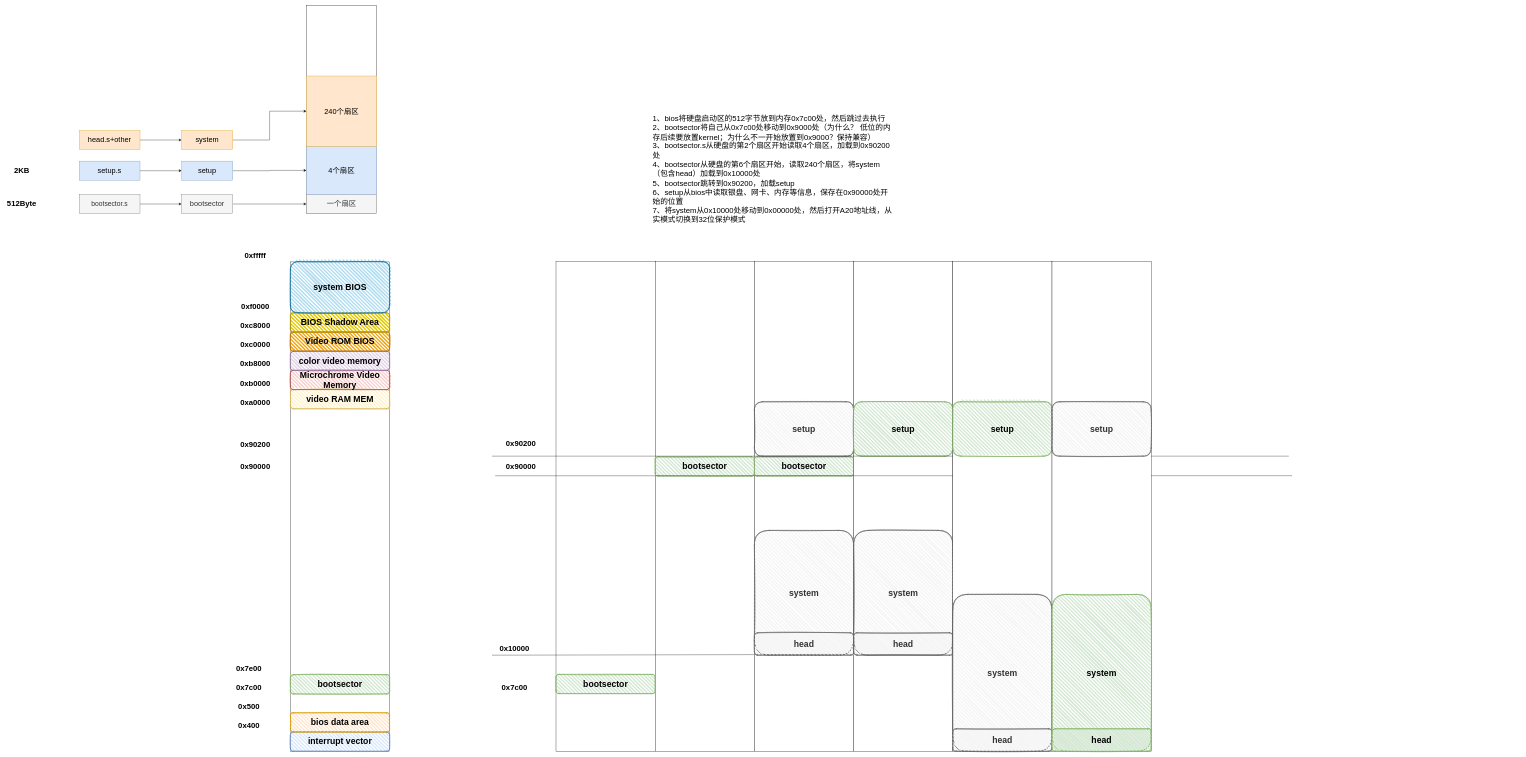
The draw.io diagram page "linux-0.11" (2 of 3) of grub源码阅读.drawio in wbzzx-bb/wb-linux, before the edit. Source tidied: cells renumbered, new cells numbered last; positions are measured from the earlier drawing's top-left corner, leaving out a move shared by most shapes. Both pictures are drawn from the tidied source at 32%, with x=0, y=0 at pixel (5, 5).
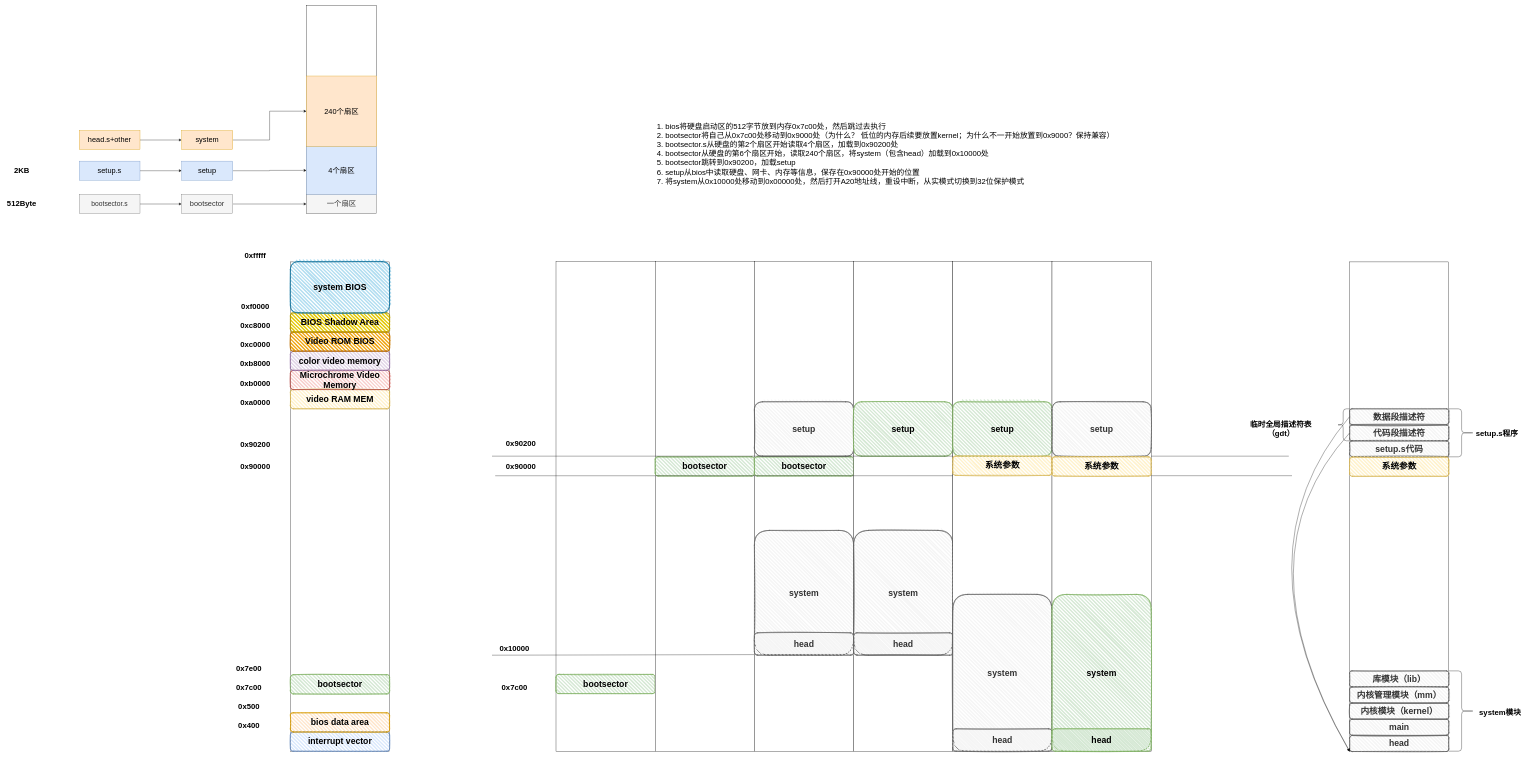
The same diagram, later.

Commit message:
更新grub源码阅读.drawio

The edit, as a diff of the source:
```diff
@@
+    <mxCell id="72" style="rounded=0;whiteSpace=wrap;html=1;" parent="1" vertex="1">
+      <mxGeometry x="4200" y="801" width="310" height="1530" as="geometry" />
+    </mxCell>
@@
-    <mxCell id="8" value="1、bios将硬盘启动区的512字节放到内存0x7c00处，然后跳过去执行&lt;div&gt;&lt;span style=&quot;text-wrap-mode: wrap;&quot;&gt;2、bootsector将自己从0x7c00处移动到0x9000处（为什么？ 低位的内存后续要放置kernel；为什么不一开始放置到0x9000？保持兼容&lt;/span&gt;&lt;span style=&quot;color: light-dark(rgb(0, 0, 0), rgb(255, 255, 255)); text-wrap-mode: wrap; background-color: transparent;&quot;&gt;）&lt;/span&gt;&lt;/div&gt;&lt;div&gt;&lt;span style=&quot;text-wrap-mode: wrap;&quot;&gt;3、bootsector.s从硬盘的第2个扇区开始读取4个扇区，加载到0x90200处&lt;/span&gt;&lt;span style=&quot;color: light-dark(rgb(0, 0, 0), rgb(255, 255, 255)); text-wrap-mode: wrap; background-color: transparent;&quot;&gt;&lt;/span&gt;&lt;/div&gt;&lt;div&gt;4、bootsector从硬盘的第6个扇区开始，读取240个扇区，将system（包含head）加载到0x10000处&lt;span style=&quot;text-wrap-mode: wrap;&quot;&gt;&lt;/span&gt;&lt;/div&gt;&lt;div&gt;5、bootsector跳转到0x90200，加载setup&lt;/div&gt;&lt;div&gt;6、setup从bios中读取银盘、网卡、内存等信息，保存在0x90000处开始的位置&lt;/div&gt;&lt;div&gt;7、将system从0x10000处移动到0x00000处，然后打开A20地址线，从实模式切换到32位保护模式&lt;/div&gt;" style="text;strokeColor=none;fillColor=none;html=1;fontSize=24;fontStyle=0;verticalAlign=top;align=left;whiteSpace=wrap;spacingTop=2;spacingBottom=2;" parent="1" vertex="1">
-      <mxGeometry x="2020" y="330" width="760" height="390" as="geometry" />
+    <mxCell id="8" value="&lt;ol&gt;&lt;li&gt;bios将硬盘启动区的512字节放到内存0x7c00处，然后跳过去执行&lt;/li&gt;&lt;li&gt;&lt;span style=&quot;text-wrap-mode: wrap;&quot;&gt;bootsector将自己从0x7c00处移动到0x9000处（为什么？ 低位的内存后续要放置kernel；为什么不一开始放置到0x9000？保持兼容&lt;/span&gt;&lt;span style=&quot;color: light-dark(rgb(0, 0, 0), rgb(255, 255, 255)); text-wrap-mode: wrap; background-color: transparent;&quot;&gt;）&lt;/span&gt;&lt;/li&gt;&lt;li&gt;&lt;span style=&quot;text-wrap-mode: wrap;&quot;&gt;bootsector.s从硬盘的第2个扇区开始读取4个扇区，加载到0x90200处&lt;/span&gt;&lt;/li&gt;&lt;li&gt;bootsector从硬盘的第6个扇区开始，读取240个扇区，将system（包含head）加载到0x10000处&lt;/li&gt;&lt;li&gt;bootsector跳转到0x90200，加载setup&lt;/li&gt;&lt;li&gt;setup从bios中读取硬盘、网卡、内存等信息，保存在0x90000处开始的位置&lt;/li&gt;&lt;li&gt;将system从0x10000处移动到0x00000处，然后打开A20地址线，重设中断，从实模式切换到32位保护模式&lt;/li&gt;&lt;/ol&gt;" style="text;strokeColor=none;fillColor=none;html=1;fontSize=24;fontStyle=0;verticalAlign=top;align=left;whiteSpace=wrap;spacingTop=2;spacingBottom=2;" parent="1" vertex="1">
+      <mxGeometry x="2020" y="330" width="1840" height="390" as="geometry" />
     </mxCell>
@@
+    <mxCell id="73" value="&lt;span style=&quot;font-size: 27px;&quot;&gt;&lt;b&gt;系统参数&lt;/b&gt;&lt;/span&gt;" style="rounded=1;whiteSpace=wrap;html=1;strokeWidth=2;fillWeight=4;hachureGap=8;hachureAngle=45;fillColor=#fff2cc;sketch=1;strokeColor=#d6b656;" parent="1" vertex="1">
+      <mxGeometry x="2960" y="1408" width="310" height="60" as="geometry" />
+    </mxCell>
+    <mxCell id="74" value="&lt;span style=&quot;font-size: 27px;&quot;&gt;&lt;b&gt;系统参数&lt;/b&gt;&lt;/span&gt;" style="rounded=1;whiteSpace=wrap;html=1;strokeWidth=2;fillWeight=4;hachureGap=8;hachureAngle=45;fillColor=#fff2cc;sketch=1;strokeColor=#d6b656;" parent="1" vertex="1">
+      <mxGeometry x="3270" y="1410" width="310" height="60" as="geometry" />
+    </mxCell>
+    <mxCell id="75" value="&lt;b&gt;&lt;font style=&quot;font-size: 27px;&quot;&gt;head&lt;/font&gt;&lt;/b&gt;" style="rounded=1;whiteSpace=wrap;html=1;strokeWidth=2;fillWeight=4;hachureGap=8;hachureAngle=45;fillColor=#f5f5f5;sketch=1;strokeColor=#666666;fontColor=#333333;" parent="1" vertex="1">
+      <mxGeometry x="4200" y="2281" width="310" height="50" as="geometry" />
+    </mxCell>
+    <mxCell id="76" value="&lt;b&gt;&lt;font style=&quot;font-size: 27px;&quot;&gt;main&lt;/font&gt;&lt;/b&gt;" style="rounded=1;whiteSpace=wrap;html=1;strokeWidth=2;fillWeight=4;hachureGap=8;hachureAngle=45;fillColor=#f5f5f5;sketch=1;strokeColor=#666666;fontColor=#333333;" parent="1" vertex="1">
+      <mxGeometry x="4200" y="2230" width="310" height="50" as="geometry" />
+    </mxCell>
+    <mxCell id="77" value="&lt;b&gt;&lt;font style=&quot;font-size: 27px;&quot;&gt;内核模块（kernel）&lt;/font&gt;&lt;/b&gt;" style="rounded=1;whiteSpace=wrap;html=1;strokeWidth=2;fillWeight=4;hachureGap=8;hachureAngle=45;fillColor=#f5f5f5;sketch=1;strokeColor=#666666;fontColor=#333333;" parent="1" vertex="1">
+      <mxGeometry x="4200" y="2180" width="310" height="50" as="geometry" />
+    </mxCell>
+    <mxCell id="78" value="&lt;b&gt;&lt;font style=&quot;font-size: 27px;&quot;&gt;内核管理模块（mm）&lt;/font&gt;&lt;/b&gt;" style="rounded=1;whiteSpace=wrap;html=1;strokeWidth=2;fillWeight=4;hachureGap=8;hachureAngle=45;fillColor=#f5f5f5;sketch=1;strokeColor=#666666;fontColor=#333333;" parent="1" vertex="1">
+      <mxGeometry x="4200" y="2129" width="310" height="50" as="geometry" />
+    </mxCell>
+    <mxCell id="79" value="&lt;b&gt;&lt;font style=&quot;font-size: 27px;&quot;&gt;库模块（lib）&lt;/font&gt;&lt;/b&gt;" style="rounded=1;whiteSpace=wrap;html=1;strokeWidth=2;fillWeight=4;hachureGap=8;hachureAngle=45;fillColor=#f5f5f5;sketch=1;strokeColor=#666666;fontColor=#333333;" parent="1" vertex="1">
+      <mxGeometry x="4200" y="2079" width="310" height="50" as="geometry" />
+    </mxCell>
+    <mxCell id="80" value="&lt;b&gt;&lt;font style=&quot;font-size: 27px;&quot;&gt;setup.s代码&lt;/font&gt;&lt;/b&gt;" style="rounded=1;whiteSpace=wrap;html=1;strokeWidth=2;fillWeight=4;hachureGap=8;hachureAngle=45;fillColor=#f5f5f5;sketch=1;strokeColor=#666666;fontColor=#333333;" parent="1" vertex="1">
+      <mxGeometry x="4200" y="1360" width="310" height="49" as="geometry" />
+    </mxCell>
+    <mxCell id="81" value="&lt;span style=&quot;font-size: 27px;&quot;&gt;&lt;b&gt;系统参数&lt;/b&gt;&lt;/span&gt;" style="rounded=1;whiteSpace=wrap;html=1;strokeWidth=2;fillWeight=4;hachureGap=8;hachureAngle=45;fillColor=#fff2cc;sketch=1;strokeColor=#d6b656;" parent="1" vertex="1">
+      <mxGeometry x="4200" y="1411" width="310" height="60" as="geometry" />
+    </mxCell>
+    <mxCell id="82" style="shape=curlyBracket;whiteSpace=wrap;html=1;rounded=1;flipH=1;labelPosition=right;verticalLabelPosition=middle;align=left;verticalAlign=middle;" parent="1" vertex="1">
+      <mxGeometry x="4510" y="2079" width="80" height="251" as="geometry" />
+    </mxCell>
+    <mxCell id="83" value="system模块" style="text;strokeColor=none;fillColor=none;html=1;fontSize=24;fontStyle=1;verticalAlign=middle;align=center;" parent="1" vertex="1">
+      <mxGeometry x="4620" y="2190" width="100" height="40" as="geometry" />
+    </mxCell>
+    <mxCell id="84" value="&lt;b&gt;&lt;font style=&quot;font-size: 27px;&quot;&gt;代码段描述符&lt;/font&gt;&lt;/b&gt;" style="rounded=1;whiteSpace=wrap;html=1;strokeWidth=2;fillWeight=4;hachureGap=8;hachureAngle=45;fillColor=#f5f5f5;sketch=1;strokeColor=#666666;fontColor=#333333;" parent="1" vertex="1">
+      <mxGeometry x="4200" y="1311" width="310" height="49" as="geometry" />
+    </mxCell>
+    <mxCell id="85" value="&lt;b&gt;&lt;font style=&quot;font-size: 27px;&quot;&gt;数据段描述符&lt;/font&gt;&lt;/b&gt;" style="rounded=1;whiteSpace=wrap;html=1;strokeWidth=2;fillWeight=4;hachureGap=8;hachureAngle=45;fillColor=#f5f5f5;sketch=1;strokeColor=#666666;fontColor=#333333;" parent="1" vertex="1">
+      <mxGeometry x="4200" y="1260" width="310" height="49" as="geometry" />
+    </mxCell>
+    <mxCell id="86" style="shape=curlyBracket;whiteSpace=wrap;html=1;rounded=1;flipH=1;labelPosition=right;verticalLabelPosition=middle;align=left;verticalAlign=middle;" parent="1" vertex="1">
+      <mxGeometry x="4510" y="1260" width="80" height="150" as="geometry" />
+    </mxCell>
+    <mxCell id="87" value="setup.s程序" style="text;strokeColor=none;fillColor=none;html=1;fontSize=24;fontStyle=1;verticalAlign=middle;align=center;" parent="1" vertex="1">
+      <mxGeometry x="4610" y="1315.5" width="100" height="40" as="geometry" />
+    </mxCell>
+    <mxCell id="88" style="shape=curlyBracket;whiteSpace=wrap;html=1;rounded=1;labelPosition=left;verticalLabelPosition=middle;align=right;verticalAlign=middle;" parent="1" vertex="1">
+      <mxGeometry x="4160" y="1260" width="40" height="100" as="geometry" />
+    </mxCell>
+    <mxCell id="89" value="临时全局描述符表&lt;div&gt;（gdt）&lt;/div&gt;" style="text;strokeColor=none;fillColor=none;html=1;fontSize=24;fontStyle=1;verticalAlign=middle;align=center;" parent="1" vertex="1">
+      <mxGeometry x="3830" y="1303" width="310" height="40" as="geometry" />
+    </mxCell>
+    <mxCell id="90" style="curved=1;endArrow=classic;html=1;rounded=0;exitX=0;exitY=0.5;exitDx=0;exitDy=0;entryX=0;entryY=1;entryDx=0;entryDy=0;" parent="1" edge="1" source="85" target="75">
+      <mxGeometry relative="1" as="geometry">
+        <Array as="points">
+          <mxPoint x="3840" y="1710" />
+        </Array>
+      </mxGeometry>
+    </mxCell>
+    <mxCell id="91" style="curved=1;endArrow=classic;html=1;rounded=0;exitX=0;exitY=0.5;exitDx=0;exitDy=0;" parent="1" edge="1" source="84">
+      <mxGeometry relative="1" as="geometry">
+        <mxPoint x="4200" y="2330" as="targetPoint" />
+        <Array as="points">
+          <mxPoint x="3850" y="1720" />
+        </Array>
+      </mxGeometry>
+    </mxCell>
```
